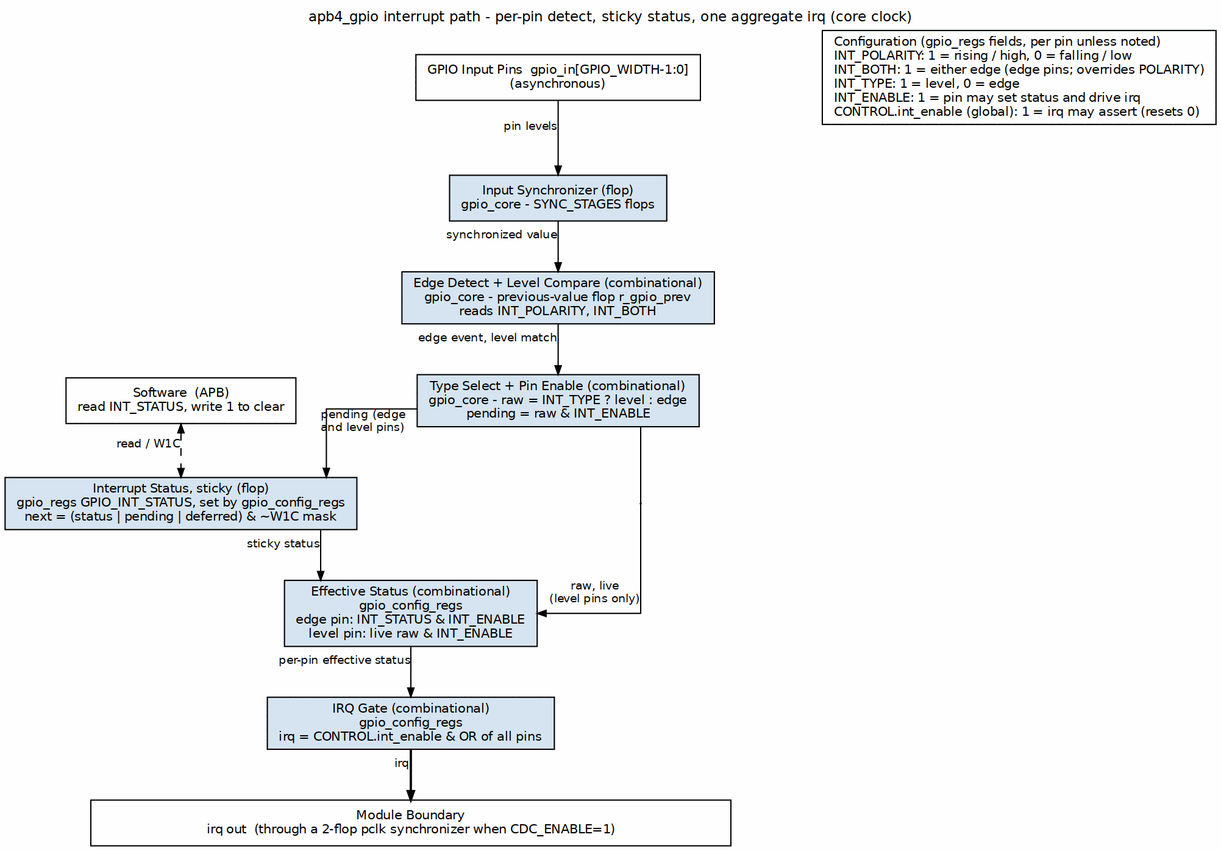
Before: projects/components/legacy-ip/retro_legacy_blocks/docs/gpio_mas/assets/graphviz/gpio_interrupt.png, a diagram exported from Graphviz (sean-galloway/RTLDesignSherpa). Its source is kept beside it as projects/components/legacy-ip/retro_legacy_blocks/docs/gpio_mas/assets/graphviz/gpio_interrupt.dot. Its diagram source:
```dot
digraph gpio_interrupt {
    graph [rankdir=TB, bgcolor="white", fontname="Helvetica", fontsize=11,
           nodesep="0.45", ranksep="0.55", splines=ortho, newrank=true,
           label="apb4_gpio interrupt path - per-pin detect, sticky status, one aggregate irq (core clock)",
           labelloc=t, labeljust=c];
    node  [fontname="Helvetica", fontsize=10, shape=box, style=filled,
           fillcolor="#D6E4F0", color="black", margin="0.12,0.06"];
    edge  [fontname="Helvetica", fontsize=9, color="black", arrowsize=0.7];

    pin [group=C, label="GPIO Input Pins  gpio_in[GPIO_WIDTH-1:0]\n(asynchronous)", fillcolor="white"];
    leg [fillcolor="white", label="Configuration (gpio_regs fields, per pin unless noted)\lINT_POLARITY: 1 = rising / high, 0 = falling / low\lINT_BOTH: 1 = either edge (edge pins; overrides POLARITY)\lINT_TYPE: 1 = level, 0 = edge\lINT_ENABLE: 1 = pin may set status and drive irq\lCONTROL.int_enable (global): 1 = irq may assert (resets 0)\l"];
    sw  [fillcolor="white", label="Software  (APB)\nread INT_STATUS, write 1 to clear"];

    syn [group=C, label="Input Synchronizer (flop)\ngpio_core - SYNC_STAGES flops"];
    det [group=C, label="Edge Detect + Level Compare (combinational)\ngpio_core - previous-value flop r_gpio_prev\nreads INT_POLARITY, INT_BOTH"];
    sel [group=C, label="Type Select + Pin Enable (combinational)\ngpio_core - raw = INT_TYPE ? level : edge\npending = raw & INT_ENABLE"];
    sts [group=L, label="Interrupt Status, sticky (flop)\ngpio_regs GPIO_INT_STATUS, set by gpio_config_regs\nnext = (status | pending | deferred) & ~W1C mask"];
    eff [group=C, label="Effective Status (combinational)\ngpio_config_regs\nedge pin: INT_STATUS & INT_ENABLE\nlevel pin: live raw & INT_ENABLE"];
    agg [group=C, label="IRQ Gate (combinational)\ngpio_config_regs\nirq = CONTROL.int_enable & OR of all pins"];

    bar [group=C, label="Module Boundary\nirq out  (through a 2-flop pclk synchronizer when CDC_ENABLE=1)",
         fillcolor="white", width=7.0];

    pin -> syn [xlabel="pin levels"];
    syn -> det [xlabel="synchronized value"];
    det -> sel [xlabel="edge event, level match"];
    sel -> sts [xlabel="pending (edge\nand level pins)"];
    sts -> eff [xlabel="sticky status"];
    p_lv [shape=point, width=0.01, group=R];
    sel -> p_lv [arrowhead=none, headclip=false];
    p_lv -> eff [xlabel="raw, live\n(level pins only)", tailclip=false];
    eff -> agg [xlabel="per-pin effective status"];
    agg -> bar [penwidth=1.8, xlabel="irq"];

    sw -> sts [style=dashed, dir=both, xlabel="read / W1C"];

    { rank=same; pin; leg; }
    pin -> leg [style=invis, minlen=3];
    { rank=same; sel; sw; }
    sw -> sel [style=invis, minlen=3];
    { rank=same; sts; p_lv; }
    sts -> p_lv [style=invis, minlen=7];
}
```
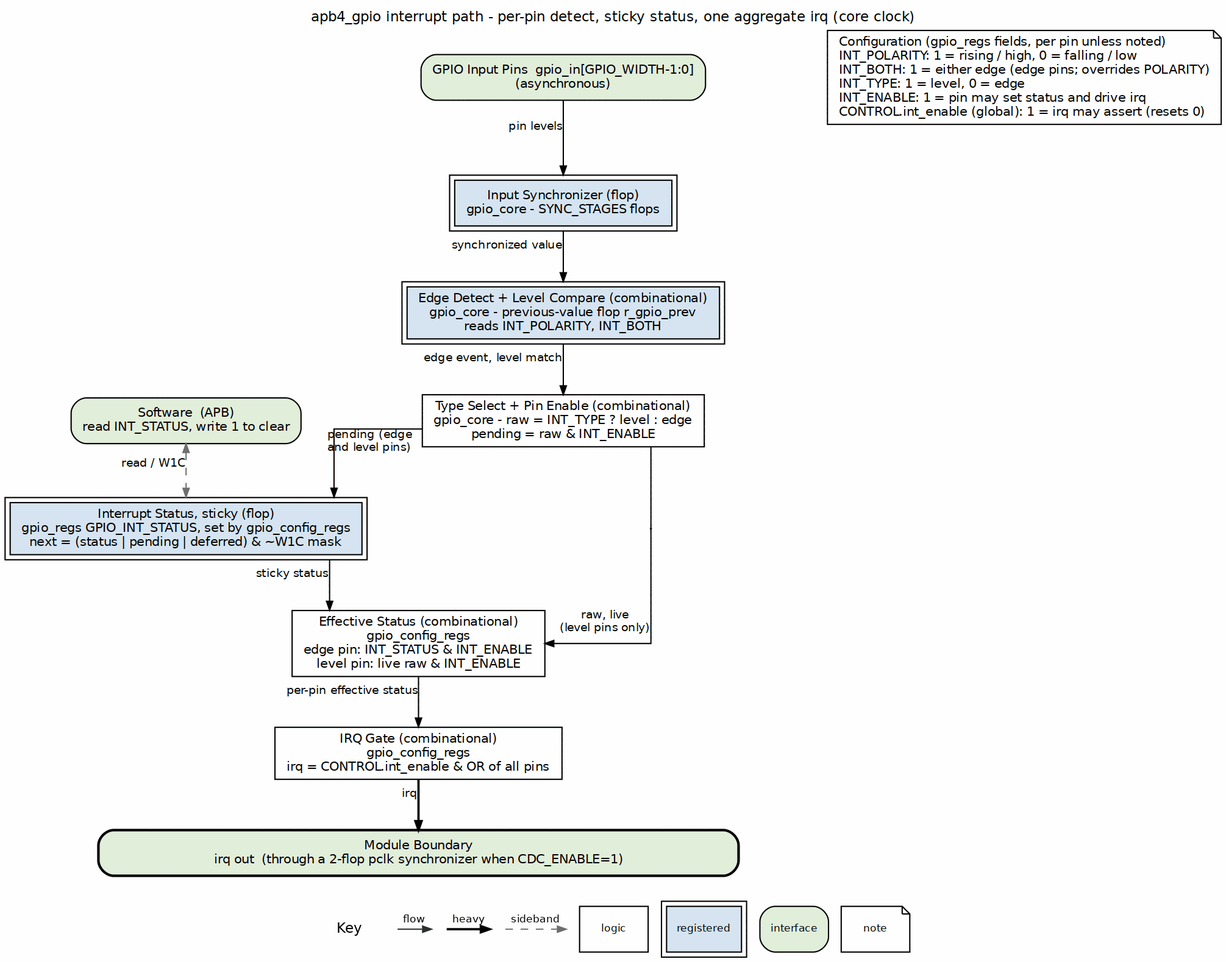
Later version of the same file.

Diff of the diagram source:
```diff
@@ -4,22 +4,22 @@
            label="apb4_gpio interrupt path - per-pin detect, sticky status, one aggregate irq (core clock)",
            labelloc=t, labeljust=c];
     node  [fontname="Helvetica", fontsize=10, shape=box, style=filled,
-           fillcolor="#D6E4F0", color="black", margin="0.12,0.06"];
+           fillcolor="white", color="black", margin="0.12,0.06"];
     edge  [fontname="Helvetica", fontsize=9, color="black", arrowsize=0.7];
 
-    pin [group=C, label="GPIO Input Pins  gpio_in[GPIO_WIDTH-1:0]\n(asynchronous)", fillcolor="white"];
-    leg [fillcolor="white", label="Configuration (gpio_regs fields, per pin unless noted)\lINT_POLARITY: 1 = rising / high, 0 = falling / low\lINT_BOTH: 1 = either edge (edge pins; overrides POLARITY)\lINT_TYPE: 1 = level, 0 = edge\lINT_ENABLE: 1 = pin may set status and drive irq\lCONTROL.int_enable (global): 1 = irq may assert (resets 0)\l"];
-    sw  [fillcolor="white", label="Software  (APB)\nread INT_STATUS, write 1 to clear"];
+    pin [group=C, label="GPIO Input Pins  gpio_in[GPIO_WIDTH-1:0]\n(asynchronous)", fillcolor="white", style="rounded,filled", fillcolor="#E2EFDA"];
+    leg [fillcolor="white", label="Configuration (gpio_regs fields, per pin unless noted)\lINT_POLARITY: 1 = rising / high, 0 = falling / low\lINT_BOTH: 1 = either edge (edge pins; overrides POLARITY)\lINT_TYPE: 1 = level, 0 = edge\lINT_ENABLE: 1 = pin may set status and drive irq\lCONTROL.int_enable (global): 1 = irq may assert (resets 0)\l", shape=note];
+    sw  [fillcolor="white", label="Software  (APB)\nread INT_STATUS, write 1 to clear", style="rounded,filled", fillcolor="#E2EFDA"];
 
-    syn [group=C, label="Input Synchronizer (flop)\ngpio_core - SYNC_STAGES flops"];
-    det [group=C, label="Edge Detect + Level Compare (combinational)\ngpio_core - previous-value flop r_gpio_prev\nreads INT_POLARITY, INT_BOTH"];
-    sel [group=C, label="Type Select + Pin Enable (combinational)\ngpio_core - raw = INT_TYPE ? level : edge\npending = raw & INT_ENABLE"];
-    sts [group=L, label="Interrupt Status, sticky (flop)\ngpio_regs GPIO_INT_STATUS, set by gpio_config_regs\nnext = (status | pending | deferred) & ~W1C mask"];
-    eff [group=C, label="Effective Status (combinational)\ngpio_config_regs\nedge pin: INT_STATUS & INT_ENABLE\nlevel pin: live raw & INT_ENABLE"];
-    agg [group=C, label="IRQ Gate (combinational)\ngpio_config_regs\nirq = CONTROL.int_enable & OR of all pins"];
+    syn [group=C, label="Input Synchronizer (flop)\ngpio_core - SYNC_STAGES flops", peripheries=2, style="filled", fillcolor="#D6E4F0"];
+    det [group=C, label="Edge Detect + Level Compare (combinational)\ngpio_core - previous-value flop r_gpio_prev\nreads INT_POLARITY, INT_BOTH", peripheries=2, style="filled", fillcolor="#D6E4F0"];
+    sel [group=C, label="Type Select + Pin Enable (combinational)\ngpio_core - raw = INT_TYPE ? level : edge\npending = raw & INT_ENABLE", style="filled", fillcolor="white"];
+    sts [group=L, label="Interrupt Status, sticky (flop)\ngpio_regs GPIO_INT_STATUS, set by gpio_config_regs\nnext = (status | pending | deferred) & ~W1C mask", peripheries=2, style="filled", fillcolor="#D6E4F0"];
+    eff [group=C, label="Effective Status (combinational)\ngpio_config_regs\nedge pin: INT_STATUS & INT_ENABLE\nlevel pin: live raw & INT_ENABLE", style="filled", fillcolor="white"];
+    agg [group=C, label="IRQ Gate (combinational)\ngpio_config_regs\nirq = CONTROL.int_enable & OR of all pins", style="filled", fillcolor="white"];
 
     bar [group=C, label="Module Boundary\nirq out  (through a 2-flop pclk synchronizer when CDC_ENABLE=1)",
-         fillcolor="white", width=7.0];
+         fillcolor="white", width=7.0, style="rounded,filled,bold", fillcolor="#E2EFDA"];
 
     pin -> syn [xlabel="pin levels"];
     syn -> det [xlabel="synchronized value"];
@@ -32,7 +32,7 @@
     eff -> agg [xlabel="per-pin effective status"];
     agg -> bar [penwidth=1.8, xlabel="irq"];
 
-    sw -> sts [style=dashed, dir=both, xlabel="read / W1C"];
+    sw -> sts [style=dashed, color="#777777", dir=both, xlabel="read / W1C"];
 
     { rank=same; pin; leg; }
     pin -> leg [style=invis, minlen=3];
```
